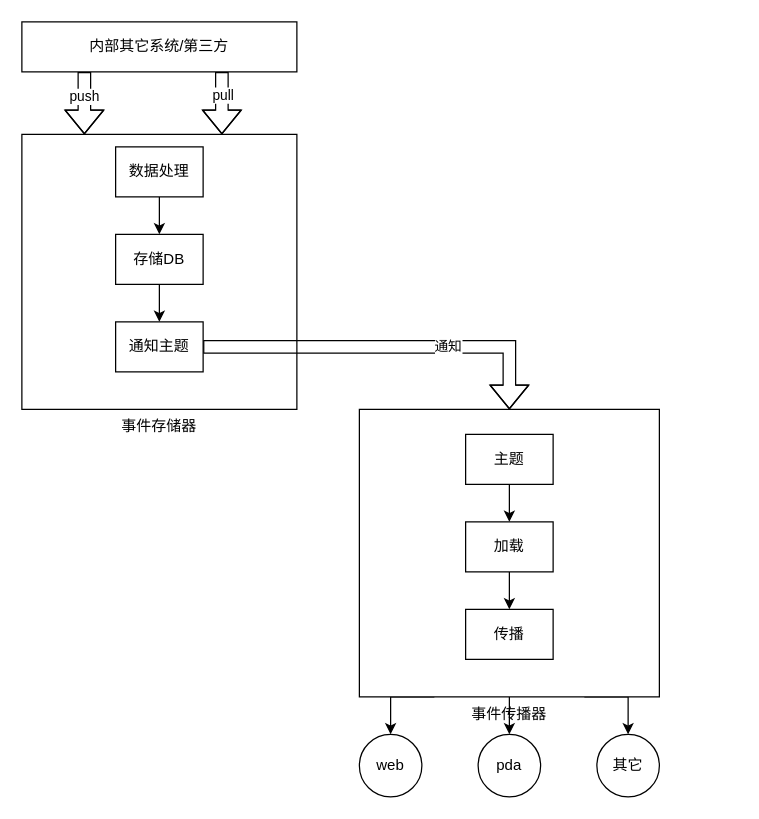
The draw.io diagram page "事件架构图" (2 of 2) of Untitled Diagram.drawio in WashingtonWang/diagram, before the edit. Source tidied: cells renumbered, new cells numbered last; positions are measured from the earlier drawing's top-left corner, leaving out a move shared by most shapes. Both pictures are drawn from the tidied source at 125%, with x=0, y=0 at pixel (21, 21).
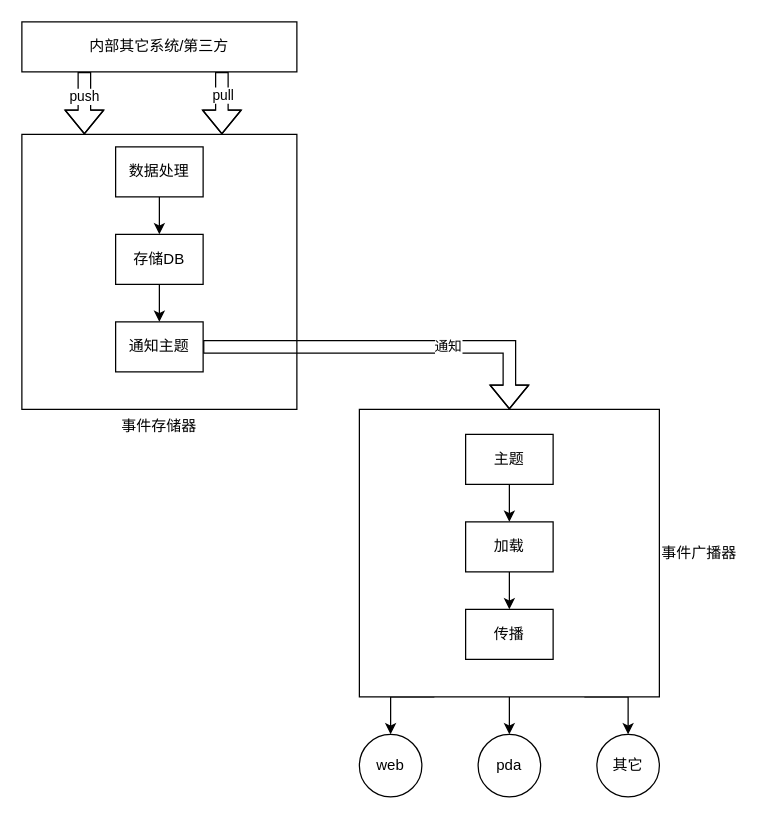
The same diagram, later.

What changed in the source:
```diff
@@
-    <mxCell id="20" value="事件传播器" style="rounded=0;whiteSpace=wrap;html=1;verticalAlign=top;labelPosition=center;verticalLabelPosition=bottom;align=center;" parent="1" vertex="1">
+    <mxCell id="20" value="事件广播器" style="rounded=0;whiteSpace=wrap;html=1;verticalAlign=middle;labelPosition=right;verticalLabelPosition=middle;align=left;" parent="1" vertex="1">
       <mxGeometry x="270" y="310" width="240" height="230" as="geometry" />
     </mxCell>
```
